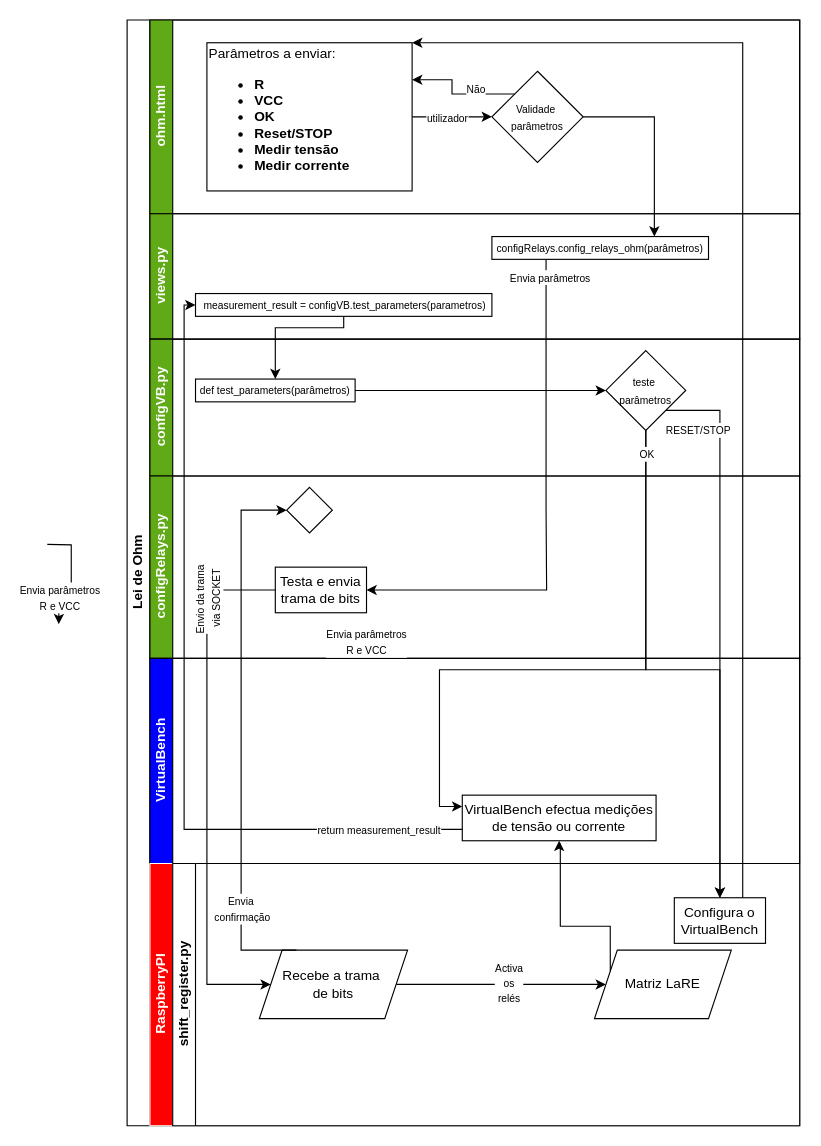
Earlier version of the draw.io diagram diagramas/flowchart_OHM.drawio (eddygrinder/LaRE). Source tidied: cells renumbered, new cells numbered last; positions are measured from the earlier drawing's top-left corner, leaving out a move shared by most shapes. Both pictures are drawn from the tidied source at 114%, with x=0, y=0 at pixel (47, 19).
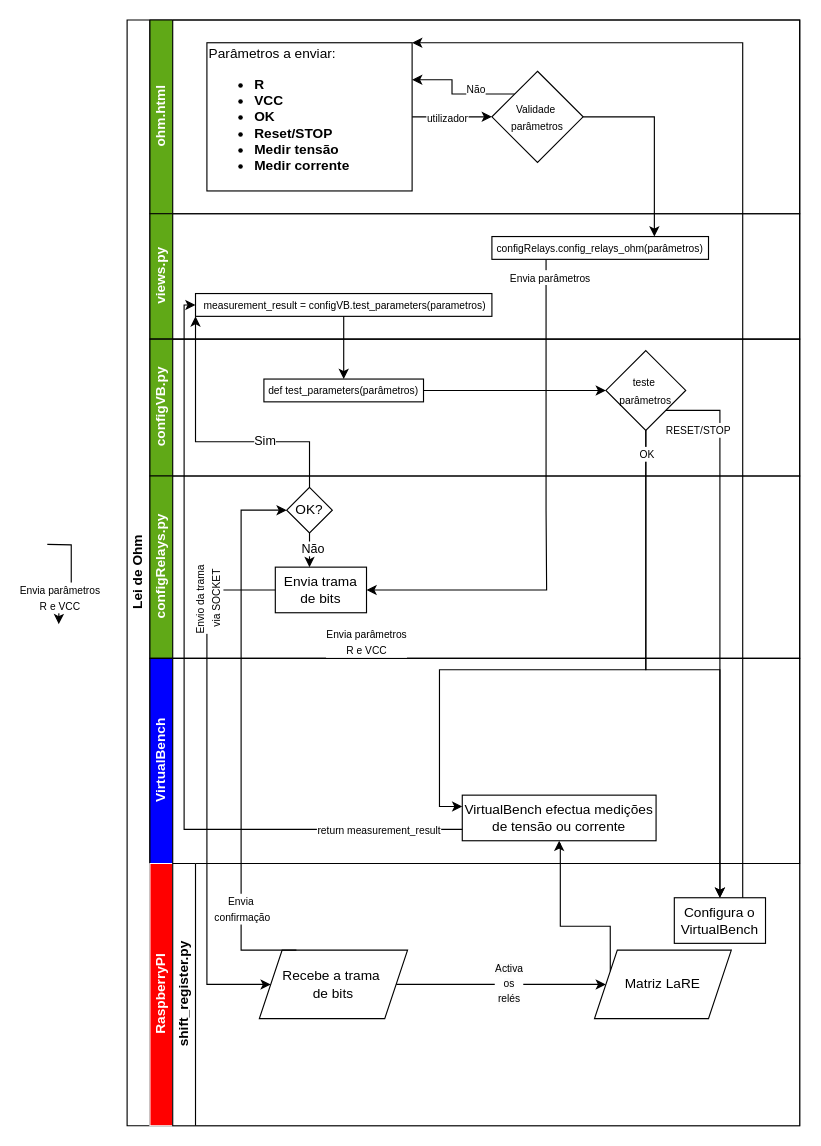
The same diagram, later.

The change refers to these unchanged cells:
```xml
<mxCell id="2" value="Lei de Ohm" style="swimlane;html=1;horizontal=0;startSize=20;" parent="1" vertex="1">
  <mxGeometry x="70" width="590" height="970" as="geometry" />
</mxCell>
<mxCell id="11" value="&lt;div style=&quot;line-height: 19px;&quot;&gt;&lt;font style=&quot;font-size: 9px;&quot;&gt;&amp;nbsp;measurement_result = configVB.test_parameters(parametros)&lt;/font&gt;&lt;/div&gt;" style="rounded=0;whiteSpace=wrap;html=1;fontFamily=Helvetica;fontSize=12;fontColor=#000000;align=center;" parent="10" vertex="1">
  <mxGeometry x="40" y="70" width="260" height="20" as="geometry" />
</mxCell>
<mxCell id="13" value="&lt;font color=&quot;#ffffff&quot;&gt;configVB.py&lt;/font&gt;" style="swimlane;html=1;startSize=20;horizontal=0;fillColor=#60A917;" parent="2" vertex="1">
  <mxGeometry x="20" y="280" width="570" height="120" as="geometry" />
</mxCell>
<mxCell id="19" value="&lt;font color=&quot;#ffffff&quot;&gt;configRelays.py&lt;/font&gt;" style="swimlane;html=1;startSize=20;horizontal=0;fillColor=#60A917;" parent="2" vertex="1">
  <mxGeometry x="20" y="400" width="570" height="160" as="geometry" />
</mxCell>
```

Diff of the diagram source:
```diff
@@
     <mxCell id="14" value="&lt;div style=&quot;line-height: 19px;&quot;&gt;&lt;font style=&quot;font-size: 9px;&quot;&gt;def test_parameters(parâmetros)&lt;/font&gt;&lt;/div&gt;" style="rounded=0;whiteSpace=wrap;html=1;fontFamily=Helvetica;fontSize=12;fontColor=#000000;align=center;" parent="13" vertex="1">
-      <mxGeometry x="40" y="35" width="140" height="20" as="geometry" />
+      <mxGeometry x="100" y="35" width="140" height="20" as="geometry" />
     </mxCell>
@@
-    <mxCell id="20" value="Testa e envia trama de bits" style="rounded=0;whiteSpace=wrap;html=1;" parent="19" vertex="1">
+    <mxCell id="20" value="Envia trama de bits" style="rounded=0;whiteSpace=wrap;html=1;" parent="19" vertex="1">
       <mxGeometry x="110" y="80" width="80" height="40" as="geometry" />
     </mxCell>
+    <mxCell id="49" style="edgeStyle=orthogonalEdgeStyle;rounded=0;jettySize=auto;html=1;" parent="19" edge="1" source="21" target="20">
+      <mxGeometry relative="1" as="geometry">
+        <Array as="points">
+          <mxPoint x="140" y="80" />
+          <mxPoint x="140" y="80" />
+        </Array>
+      </mxGeometry>
+    </mxCell>
+    <mxCell id="50" value="Não" style="edgeLabel;html=1;align=center;verticalAlign=middle;" parent="49" vertex="1">
+      <mxGeometry x="-0.13" y="2" relative="1" as="geometry" />
+    </mxCell>
-    <mxCell id="21" style="rhombus;whiteSpace=wrap;html=1;" parent="19" vertex="1">
+    <mxCell id="21" value="OK?" style="rhombus;whiteSpace=wrap;html=1;" parent="19" vertex="1">
       <mxGeometry x="120" y="10" width="40" height="40" as="geometry" />
     </mxCell>
@@
-    <mxCell id="31" style="edgeStyle=orthogonalEdgeStyle;rounded=0;jettySize=auto;html=1;" parent="2" edge="1" source="11" target="14">
+    <mxCell id="31" style="edgeStyle=orthogonalEdgeStyle;rounded=0;jettySize=auto;html=1;entryX=0.5;entryY=0;entryDx=0;entryDy=0;" parent="2" edge="1" source="11" target="14">
       <mxGeometry relative="1" as="geometry">
         <Array as="points">
-          <mxPoint x="190" y="270" />
-          <mxPoint x="130" y="270" />
+          <mxPoint x="190" y="315" />
         </Array>
       </mxGeometry>
     </mxCell>
@@
+    <mxCell id="51" style="edgeStyle=orthogonalEdgeStyle;rounded=0;jettySize=auto;html=1;entryX=0;entryY=1;entryDx=0;entryDy=0;" parent="2" edge="1" source="21" target="11">
+      <mxGeometry relative="1" as="geometry">
+        <Array as="points">
+          <mxPoint x="160" y="370" />
+          <mxPoint x="60" y="370" />
+        </Array>
+      </mxGeometry>
+    </mxCell>
+    <mxCell id="52" value="Sim" style="edgeLabel;html=1;align=center;verticalAlign=middle;" parent="51" vertex="1">
+      <mxGeometry x="-0.36" y="-2" relative="1" as="geometry" />
+    </mxCell>
```
